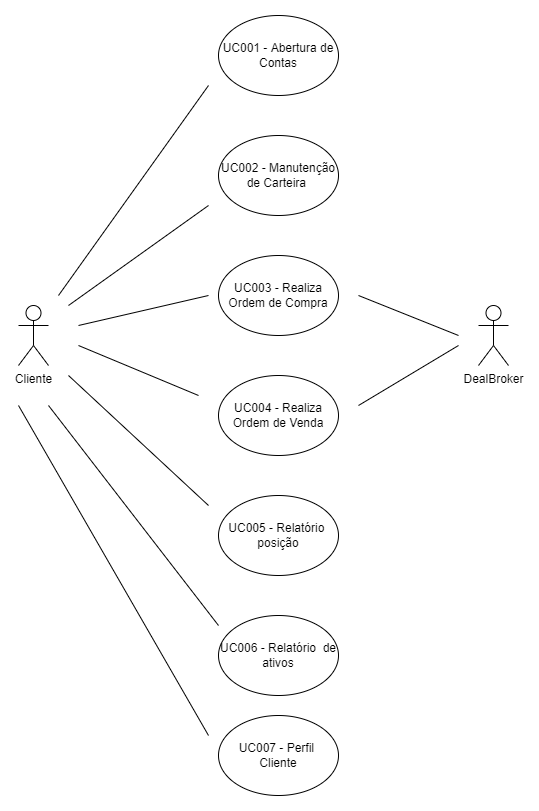
yasvitorino/StockFEI keeps this draw.io diagram as CasoDeUsoMarket.drawio.png. Above is the earlier version. Source tidied: cells renumbered, new cells last; positions are measured from the earlier drawing's top-left corner, leaving out a move shared by most shapes.
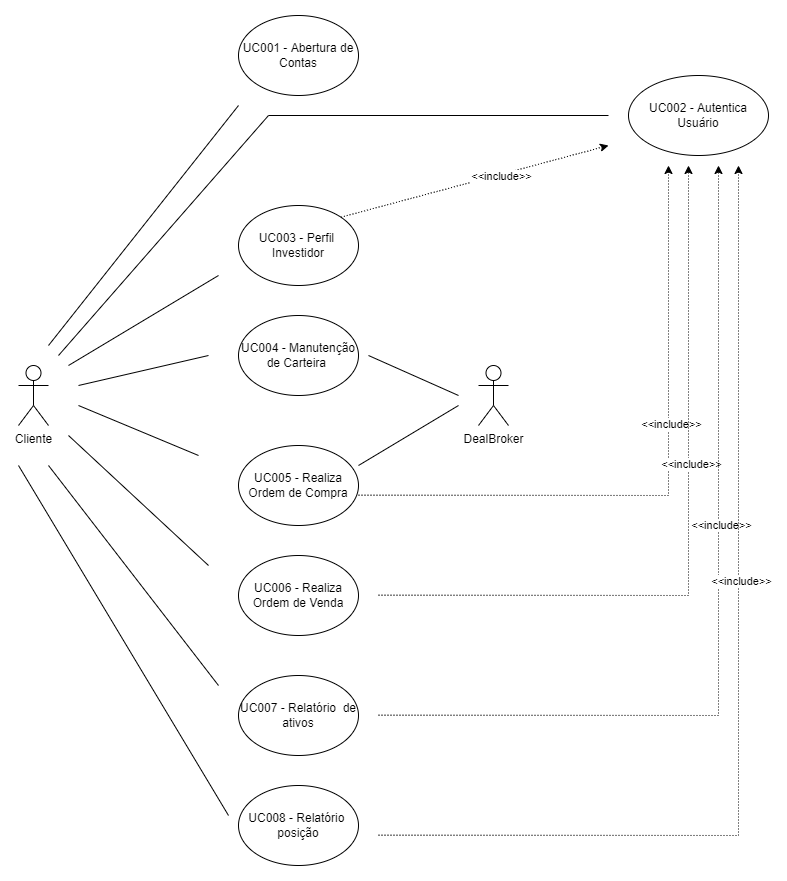
Later version of the same file.

Change to the diagram source:
```diff
@@ -6,33 +6,36 @@
       <mxGeometry y="290" width="30" height="60" as="geometry" />
     </mxCell>
     <mxCell id="3" value="UC001 - Abertura de Contas" style="ellipse;whiteSpace=wrap;html=1;" parent="1" vertex="1">
-      <mxGeometry x="200" width="120" height="80" as="geometry" />
+      <mxGeometry x="220" y="-60" width="120" height="80" as="geometry" />
     </mxCell>
-    <mxCell id="4" value="UC002 - Manutenção de Carteira&amp;nbsp;" style="ellipse;whiteSpace=wrap;html=1;" parent="1" vertex="1">
-      <mxGeometry x="200" y="120" width="120" height="80" as="geometry" />
+    <mxCell id="4" value="UC004 - Manutenção de Carteira&amp;nbsp;" style="ellipse;whiteSpace=wrap;html=1;" parent="1" vertex="1">
+      <mxGeometry x="220" y="240" width="120" height="80" as="geometry" />
     </mxCell>
-    <mxCell id="5" value="UC003 - Realiza Ordem de Compra" style="ellipse;whiteSpace=wrap;html=1;" parent="1" vertex="1">
-      <mxGeometry x="200" y="240" width="120" height="80" as="geometry" />
+    <mxCell id="5" value="UC005 - Realiza Ordem de Compra" style="ellipse;whiteSpace=wrap;html=1;" parent="1" vertex="1">
+      <mxGeometry x="220" y="370" width="120" height="80" as="geometry" />
     </mxCell>
-    <mxCell id="6" value="UC004 - Realiza Ordem de Venda" style="ellipse;whiteSpace=wrap;html=1;" parent="1" vertex="1">
-      <mxGeometry x="200" y="360" width="120" height="80" as="geometry" />
+    <mxCell id="6" value="UC006 - Realiza Ordem de Venda" style="ellipse;whiteSpace=wrap;html=1;" parent="1" vertex="1">
+      <mxGeometry x="220" y="480" width="120" height="80" as="geometry" />
     </mxCell>
-    <mxCell id="7" value="UC005 - Relatório&amp;nbsp; posição" style="ellipse;whiteSpace=wrap;html=1;" parent="1" vertex="1">
-      <mxGeometry x="200" y="480" width="120" height="80" as="geometry" />
+    <mxCell id="7" value="UC008 - Relatório&amp;nbsp; posição" style="ellipse;whiteSpace=wrap;html=1;" parent="1" vertex="1">
+      <mxGeometry x="220" y="710" width="120" height="80" as="geometry" />
     </mxCell>
-    <mxCell id="8" value="UC006 - Relatório&amp;nbsp; de ativos" style="ellipse;whiteSpace=wrap;html=1;" parent="1" vertex="1">
-      <mxGeometry x="200" y="600" width="120" height="80" as="geometry" />
+    <mxCell id="8" value="UC007 - Relatório&amp;nbsp; de ativos" style="ellipse;whiteSpace=wrap;html=1;" parent="1" vertex="1">
+      <mxGeometry x="220" y="600" width="120" height="80" as="geometry" />
     </mxCell>
     <mxCell id="9" style="endArrow=none;html=1;rounded=0;" parent="1" edge="1">
       <mxGeometry relative="1" as="geometry">
         <mxPoint x="40" y="280" as="sourcePoint" />
-        <mxPoint x="190" y="70" as="targetPoint" />
+        <mxPoint x="590" y="40" as="targetPoint" />
+        <Array as="points">
+          <mxPoint x="250" y="40" />
+        </Array>
       </mxGeometry>
     </mxCell>
     <mxCell id="10" style="endArrow=none;html=1;rounded=0;" parent="1" edge="1">
       <mxGeometry relative="1" as="geometry">
         <mxPoint x="50" y="290" as="sourcePoint" />
-        <mxPoint x="190" y="190" as="targetPoint" />
+        <mxPoint x="200" y="200" as="targetPoint" />
       </mxGeometry>
     </mxCell>
     <mxCell id="11" style="endArrow=none;html=1;rounded=0;" parent="1" edge="1">
@@ -70,18 +73,83 @@
     </mxCell>
     <mxCell id="17" style="endArrow=none;html=1;rounded=0;" parent="1" edge="1">
       <mxGeometry relative="1" as="geometry">
-        <mxPoint x="340" y="280" as="sourcePoint" />
+        <mxPoint x="350" y="280" as="sourcePoint" />
         <mxPoint x="440" y="320" as="targetPoint" />
       </mxGeometry>
     </mxCell>
-    <mxCell id="18" value="UC007 - Perfil&amp;nbsp; Cliente" style="ellipse;whiteSpace=wrap;html=1;" parent="1" vertex="1">
-      <mxGeometry x="200" y="700" width="120" height="80" as="geometry" />
+    <mxCell id="18" value="UC003 - Perfil&amp;nbsp; Investidor" style="ellipse;whiteSpace=wrap;html=1;" parent="1" vertex="1">
+      <mxGeometry x="220" y="130" width="120" height="80" as="geometry" />
     </mxCell>
     <mxCell id="19" style="endArrow=none;html=1;rounded=0;" parent="1" edge="1">
       <mxGeometry relative="1" as="geometry">
         <mxPoint y="390" as="sourcePoint" />
-        <mxPoint x="190" y="720" as="targetPoint" />
+        <mxPoint x="210" y="740" as="targetPoint" />
       </mxGeometry>
     </mxCell>
+    <mxCell id="20" value="UC002 - Autentica Usuário" style="ellipse;whiteSpace=wrap;html=1;" parent="1" vertex="1">
+      <mxGeometry x="610" width="140" height="80" as="geometry" />
+    </mxCell>
+    <mxCell id="21" style="endArrow=none;html=1;rounded=0;" parent="1" edge="1">
+      <mxGeometry relative="1" as="geometry">
+        <mxPoint x="30" y="270" as="sourcePoint" />
+        <mxPoint x="220" y="30" as="targetPoint" />
+      </mxGeometry>
+    </mxCell>
+    <mxCell id="22" style="endArrow=classic;html=1;rounded=0;dashed=1;dashPattern=1 2;exitX=1;exitY=0;exitDx=0;exitDy=0;" parent="1" edge="1" source="18">
+      <mxGeometry relative="1" as="geometry">
+        <mxPoint x="590" y="70" as="targetPoint" />
+      </mxGeometry>
+    </mxCell>
+    <mxCell id="23" value="&amp;lt;&amp;lt;include&amp;gt;&amp;gt;" style="edgeLabel;html=1;align=center;verticalAlign=middle;" parent="22" vertex="1">
+      <mxGeometry x="0.19" y="-2" relative="1" as="geometry" />
+    </mxCell>
+    <mxCell id="24" style="endArrow=classic;html=1;rounded=0;dashed=1;dashPattern=1 2;exitX=1;exitY=0;exitDx=0;exitDy=0;" parent="1" edge="1">
+      <mxGeometry relative="1" as="geometry">
+        <mxPoint x="340" y="419.7" as="sourcePoint" />
+        <mxPoint x="650" y="90" as="targetPoint" />
+        <Array as="points">
+          <mxPoint x="650" y="420" />
+        </Array>
+      </mxGeometry>
+    </mxCell>
+    <mxCell id="25" value="&amp;lt;&amp;lt;include&amp;gt;&amp;gt;" style="edgeLabel;html=1;align=center;verticalAlign=middle;" parent="24" vertex="1">
+      <mxGeometry x="0.19" y="-2" relative="1" as="geometry" />
+    </mxCell>
+    <mxCell id="26" style="endArrow=classic;html=1;rounded=0;dashed=1;dashPattern=1 2;exitX=1;exitY=0;exitDx=0;exitDy=0;" parent="1" edge="1">
+      <mxGeometry relative="1" as="geometry">
+        <mxPoint x="360" y="519.7" as="sourcePoint" />
+        <mxPoint x="670" y="90" as="targetPoint" />
+        <Array as="points">
+          <mxPoint x="670" y="520" />
+        </Array>
+      </mxGeometry>
+    </mxCell>
+    <mxCell id="27" value="&amp;lt;&amp;lt;include&amp;gt;&amp;gt;" style="edgeLabel;html=1;align=center;verticalAlign=middle;" parent="26" vertex="1">
+      <mxGeometry x="0.19" y="-2" relative="1" as="geometry" />
+    </mxCell>
+    <mxCell id="28" style="endArrow=classic;html=1;rounded=0;dashed=1;dashPattern=1 2;exitX=1;exitY=0;exitDx=0;exitDy=0;" parent="1" edge="1">
+      <mxGeometry relative="1" as="geometry">
+        <mxPoint x="360" y="639.7" as="sourcePoint" />
+        <mxPoint x="700" y="90" as="targetPoint" />
+        <Array as="points">
+          <mxPoint x="700" y="640" />
+        </Array>
+      </mxGeometry>
+    </mxCell>
+    <mxCell id="29" value="&amp;lt;&amp;lt;include&amp;gt;&amp;gt;" style="edgeLabel;html=1;align=center;verticalAlign=middle;" parent="28" vertex="1">
+      <mxGeometry x="0.19" y="-2" relative="1" as="geometry" />
+    </mxCell>
+    <mxCell id="30" style="endArrow=classic;html=1;rounded=0;dashed=1;dashPattern=1 2;exitX=1;exitY=0;exitDx=0;exitDy=0;" parent="1" edge="1">
+      <mxGeometry relative="1" as="geometry">
+        <mxPoint x="360" y="759.7" as="sourcePoint" />
+        <mxPoint x="720" y="90" as="targetPoint" />
+        <Array as="points">
+          <mxPoint x="720" y="760" />
+        </Array>
+      </mxGeometry>
+    </mxCell>
+    <mxCell id="31" value="&amp;lt;&amp;lt;include&amp;gt;&amp;gt;" style="edgeLabel;html=1;align=center;verticalAlign=middle;" parent="30" vertex="1">
+      <mxGeometry x="0.19" y="-2" relative="1" as="geometry" />
+    </mxCell>
   </root>
 </mxGraphModel>
```
